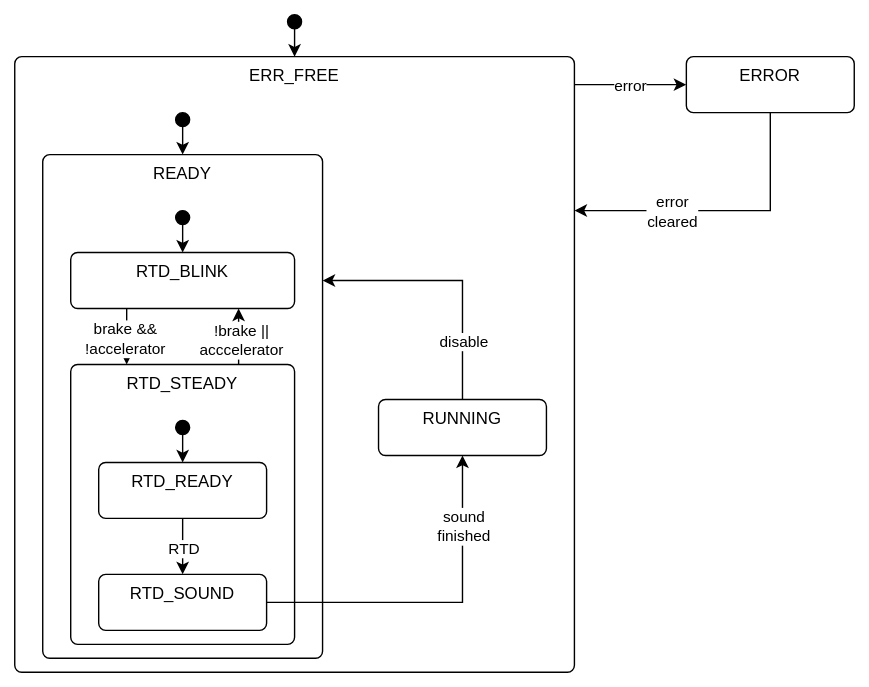
Before: doc/_static/images/state_transition_diagram.svg, a diagram exported from draw.io (NTURacingTeam/nturt_zephyr_common). Source tidied: cells renumbered, new cells last; positions are measured from the earlier drawing's top-left corner, leaving out a move shared by most shapes. The source it was exported from:
```xml
<mxGraphModel>
  <root>
    <mxCell id="0" />
    <mxCell id="1" parent="0" />
    <mxCell id="2" style="edgeStyle=orthogonalEdgeStyle;rounded=0;jettySize=auto;html=1;entryX=0;entryY=0.5;entryDx=0;entryDy=0;" parent="1" edge="1" source="4" target="7">
      <mxGeometry relative="1" as="geometry">
        <Array as="points">
          <mxPoint x="430" y="50" />
          <mxPoint x="430" y="50" />
        </Array>
      </mxGeometry>
    </mxCell>
    <mxCell id="3" value="error" style="edgeLabel;html=1;align=center;verticalAlign=middle;" parent="2" vertex="1">
      <mxGeometry x="-0.03" relative="1" as="geometry" />
    </mxCell>
    <mxCell id="4" value="ERR_FREE" style="html=1;align=center;verticalAlign=top;rounded=1;absoluteArcSize=1;arcSize=10;dashed=0;whiteSpace=wrap;" parent="1" vertex="1">
      <mxGeometry y="30" width="400" height="440" as="geometry" />
    </mxCell>
    <mxCell id="5" style="edgeStyle=orthogonalEdgeStyle;rounded=0;jettySize=auto;html=1;entryX=1;entryY=0.25;entryDx=0;entryDy=0;" parent="1" edge="1" source="7" target="4">
      <mxGeometry relative="1" as="geometry">
        <Array as="points">
          <mxPoint x="540" y="140" />
        </Array>
      </mxGeometry>
    </mxCell>
    <mxCell id="6" value="error&lt;div&gt;cleared&lt;/div&gt;" style="edgeLabel;html=1;align=center;verticalAlign=middle;" parent="5" vertex="1">
      <mxGeometry x="0.34" relative="1" as="geometry" />
    </mxCell>
    <mxCell id="7" value="ERROR" style="html=1;align=center;verticalAlign=top;rounded=1;absoluteArcSize=1;arcSize=10;dashed=0;whiteSpace=wrap;" parent="1" vertex="1">
      <mxGeometry x="480" y="30" width="120" height="40" as="geometry" />
    </mxCell>
    <mxCell id="8" style="edgeStyle=orthogonalEdgeStyle;rounded=0;jettySize=auto;html=1;exitX=0.5;exitY=1;exitDx=0;exitDy=0;entryX=0.5;entryY=0;entryDx=0;entryDy=0;" parent="1" edge="1" source="9" target="4">
      <mxGeometry relative="1" as="geometry" />
    </mxCell>
    <mxCell id="9" style="shape=ellipse;html=1;fillColor=strokeColor;fontSize=18;fontColor=#ffffff;" parent="1" vertex="1">
      <mxGeometry x="195" width="10" height="10" as="geometry" />
    </mxCell>
    <mxCell id="10" value="READY" style="html=1;align=center;verticalAlign=top;rounded=1;absoluteArcSize=1;arcSize=10;dashed=0;whiteSpace=wrap;" parent="1" vertex="1">
      <mxGeometry x="20" y="100" width="200" height="360" as="geometry" />
    </mxCell>
    <mxCell id="11" style="edgeStyle=orthogonalEdgeStyle;rounded=0;jettySize=auto;html=1;exitX=0.5;exitY=0;exitDx=0;exitDy=0;entryX=1;entryY=0.25;entryDx=0;entryDy=0;" parent="1" edge="1" source="13" target="10">
      <mxGeometry relative="1" as="geometry">
        <Array as="points">
          <mxPoint x="320" y="190" />
        </Array>
      </mxGeometry>
    </mxCell>
    <mxCell id="12" value="disable" style="edgeLabel;html=1;align=center;verticalAlign=middle;" parent="11" vertex="1">
      <mxGeometry x="-0.55" relative="1" as="geometry" />
    </mxCell>
    <mxCell id="13" value="RUNNING" style="html=1;align=center;verticalAlign=top;rounded=1;absoluteArcSize=1;arcSize=10;dashed=0;whiteSpace=wrap;" parent="1" vertex="1">
      <mxGeometry x="260" y="275" width="120" height="40" as="geometry" />
    </mxCell>
    <mxCell id="14" style="group;" parent="1" vertex="1">
      <mxGeometry x="40" y="140" width="160" height="310" as="geometry" />
    </mxCell>
    <mxCell id="15" style="edgeStyle=orthogonalEdgeStyle;rounded=0;jettySize=auto;html=1;exitX=0.75;exitY=0;exitDx=0;exitDy=0;entryX=0.75;entryY=1;entryDx=0;entryDy=0;" parent="14" edge="1" source="17" target="20">
      <mxGeometry relative="1" as="geometry" />
    </mxCell>
    <mxCell id="16" value="!brake ||&lt;div&gt;acccelerator&lt;/div&gt;" style="edgeLabel;html=1;align=center;verticalAlign=middle;" parent="15" vertex="1">
      <mxGeometry x="-0.1" y="-1" relative="1" as="geometry" />
    </mxCell>
    <mxCell id="17" value="RTD_STEADY" style="html=1;align=center;verticalAlign=top;rounded=1;absoluteArcSize=1;arcSize=10;dashed=0;whiteSpace=wrap;" parent="14" vertex="1">
      <mxGeometry y="110" width="160" height="200" as="geometry" />
    </mxCell>
    <mxCell id="18" style="edgeStyle=orthogonalEdgeStyle;rounded=0;jettySize=auto;html=1;exitX=0.25;exitY=1;exitDx=0;exitDy=0;entryX=0.25;entryY=0;entryDx=0;entryDy=0;" parent="14" edge="1" source="20" target="17">
      <mxGeometry relative="1" as="geometry" />
    </mxCell>
    <mxCell id="19" value="brake &amp;amp;&amp;amp;&lt;div&gt;!accelerator&lt;/div&gt;" style="edgeLabel;html=1;align=center;verticalAlign=middle;" parent="18" vertex="1">
      <mxGeometry x="0.05" y="-2" relative="1" as="geometry" />
    </mxCell>
    <mxCell id="20" value="RTD_BLINK" style="html=1;align=center;verticalAlign=top;rounded=1;absoluteArcSize=1;arcSize=10;dashed=0;whiteSpace=wrap;" parent="14" vertex="1">
      <mxGeometry y="30" width="160" height="40" as="geometry" />
    </mxCell>
    <mxCell id="21" style="group;" parent="14" vertex="1">
      <mxGeometry x="20" y="150" width="120" height="150" as="geometry" />
    </mxCell>
    <mxCell id="22" style="edgeStyle=orthogonalEdgeStyle;rounded=0;jettySize=auto;html=1;exitX=0.5;exitY=1;exitDx=0;exitDy=0;entryX=0.5;entryY=0;entryDx=0;entryDy=0;" parent="21" edge="1" source="23" target="26">
      <mxGeometry relative="1" as="geometry" />
    </mxCell>
    <mxCell id="23" style="shape=ellipse;html=1;fillColor=strokeColor;fontSize=18;fontColor=#ffffff;" parent="21" vertex="1">
      <mxGeometry x="55" width="10" height="10" as="geometry" />
    </mxCell>
    <mxCell id="24" style="edgeStyle=orthogonalEdgeStyle;rounded=0;jettySize=auto;html=1;" parent="21" edge="1" source="26" target="27">
      <mxGeometry relative="1" as="geometry" />
    </mxCell>
    <mxCell id="25" value="RTD" style="edgeLabel;html=1;align=center;verticalAlign=middle;" parent="24" vertex="1">
      <mxGeometry x="0.03" relative="1" as="geometry" />
    </mxCell>
    <mxCell id="26" value="RTD_READY" style="html=1;align=center;verticalAlign=top;rounded=1;absoluteArcSize=1;arcSize=10;dashed=0;whiteSpace=wrap;" parent="21" vertex="1">
      <mxGeometry y="30" width="120" height="40" as="geometry" />
    </mxCell>
    <mxCell id="27" value="RTD_SOUND" style="html=1;align=center;verticalAlign=top;rounded=1;absoluteArcSize=1;arcSize=10;dashed=0;whiteSpace=wrap;" parent="21" vertex="1">
      <mxGeometry y="110" width="120" height="40" as="geometry" />
    </mxCell>
    <mxCell id="28" style="edgeStyle=orthogonalEdgeStyle;rounded=0;jettySize=auto;html=1;exitX=0.5;exitY=1;exitDx=0;exitDy=0;entryX=0.5;entryY=0;entryDx=0;entryDy=0;" parent="14" edge="1" source="29" target="20">
      <mxGeometry relative="1" as="geometry" />
    </mxCell>
    <mxCell id="29" style="shape=ellipse;html=1;fillColor=strokeColor;fontSize=18;fontColor=#ffffff;" parent="14" vertex="1">
      <mxGeometry x="75" width="10" height="10" as="geometry" />
    </mxCell>
    <mxCell id="30" style="edgeStyle=orthogonalEdgeStyle;rounded=0;jettySize=auto;html=1;exitX=0.5;exitY=1;exitDx=0;exitDy=0;entryX=0.5;entryY=0;entryDx=0;entryDy=0;" parent="1" edge="1" source="31" target="10">
      <mxGeometry relative="1" as="geometry" />
    </mxCell>
    <mxCell id="31" style="shape=ellipse;html=1;fillColor=strokeColor;fontSize=18;fontColor=#ffffff;" parent="1" vertex="1">
      <mxGeometry x="115" y="70" width="10" height="10" as="geometry" />
    </mxCell>
    <mxCell id="32" style="edgeStyle=orthogonalEdgeStyle;rounded=0;jettySize=auto;html=1;exitX=1;exitY=0.5;exitDx=0;exitDy=0;entryX=0.5;entryY=1;entryDx=0;entryDy=0;" parent="1" edge="1" source="27" target="13">
      <mxGeometry relative="1" as="geometry">
        <Array as="points">
          <mxPoint x="320" y="420" />
        </Array>
      </mxGeometry>
    </mxCell>
    <mxCell id="33" value="sound&lt;div&gt;finished&lt;/div&gt;" style="edgeLabel;html=1;align=center;verticalAlign=middle;rotation=0;" parent="32" vertex="1">
      <mxGeometry x="0.18" relative="1" as="geometry">
        <mxPoint y="-50" as="offset" />
      </mxGeometry>
    </mxCell>
  </root>
</mxGraphModel>
```
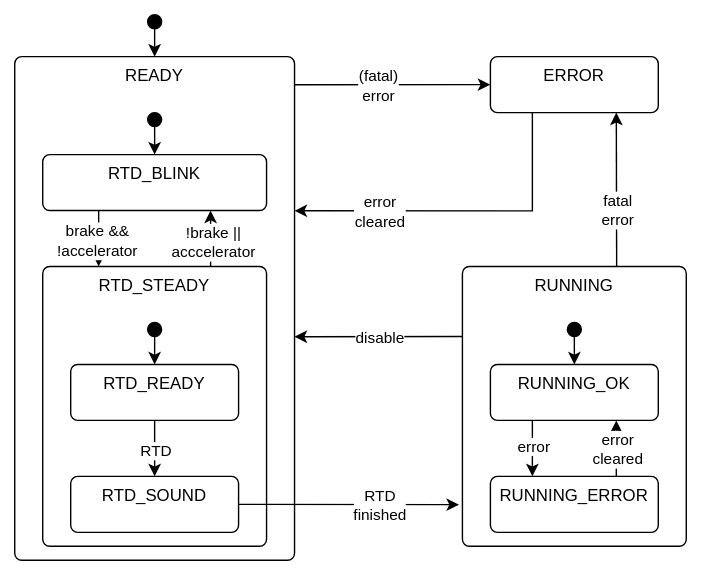
The same file after the commit.

Commit message:
doc: update state transition diagram

Diff of the diagram source:
```diff
@@ -2,55 +2,45 @@
   <root>
     <mxCell id="0" />
     <mxCell id="1" parent="0" />
-    <mxCell id="2" style="edgeStyle=orthogonalEdgeStyle;rounded=0;jettySize=auto;html=1;entryX=0;entryY=0.5;entryDx=0;entryDy=0;" parent="1" edge="1" source="4" target="7">
-      <mxGeometry relative="1" as="geometry">
-        <Array as="points">
-          <mxPoint x="430" y="50" />
-          <mxPoint x="430" y="50" />
-        </Array>
-      </mxGeometry>
-    </mxCell>
-    <mxCell id="3" value="error" style="edgeLabel;html=1;align=center;verticalAlign=middle;" parent="2" vertex="1">
-      <mxGeometry x="-0.03" relative="1" as="geometry" />
-    </mxCell>
-    <mxCell id="4" value="ERR_FREE" style="html=1;align=center;verticalAlign=top;rounded=1;absoluteArcSize=1;arcSize=10;dashed=0;whiteSpace=wrap;" parent="1" vertex="1">
-      <mxGeometry y="30" width="400" height="440" as="geometry" />
-    </mxCell>
-    <mxCell id="5" style="edgeStyle=orthogonalEdgeStyle;rounded=0;jettySize=auto;html=1;entryX=1;entryY=0.25;entryDx=0;entryDy=0;" parent="1" edge="1" source="7" target="4">
-      <mxGeometry relative="1" as="geometry">
-        <Array as="points">
-          <mxPoint x="540" y="140" />
-        </Array>
-      </mxGeometry>
-    </mxCell>
-    <mxCell id="6" value="error&lt;div&gt;cleared&lt;/div&gt;" style="edgeLabel;html=1;align=center;verticalAlign=middle;" parent="5" vertex="1">
-      <mxGeometry x="0.34" relative="1" as="geometry" />
-    </mxCell>
-    <mxCell id="7" value="ERROR" style="html=1;align=center;verticalAlign=top;rounded=1;absoluteArcSize=1;arcSize=10;dashed=0;whiteSpace=wrap;" parent="1" vertex="1">
-      <mxGeometry x="480" y="30" width="120" height="40" as="geometry" />
-    </mxCell>
-    <mxCell id="8" style="edgeStyle=orthogonalEdgeStyle;rounded=0;jettySize=auto;html=1;exitX=0.5;exitY=1;exitDx=0;exitDy=0;entryX=0.5;entryY=0;entryDx=0;entryDy=0;" parent="1" edge="1" source="9" target="4">
-      <mxGeometry relative="1" as="geometry" />
-    </mxCell>
-    <mxCell id="9" style="shape=ellipse;html=1;fillColor=strokeColor;fontSize=18;fontColor=#ffffff;" parent="1" vertex="1">
-      <mxGeometry x="195" width="10" height="10" as="geometry" />
-    </mxCell>
-    <mxCell id="10" value="READY" style="html=1;align=center;verticalAlign=top;rounded=1;absoluteArcSize=1;arcSize=10;dashed=0;whiteSpace=wrap;" parent="1" vertex="1">
-      <mxGeometry x="20" y="100" width="200" height="360" as="geometry" />
-    </mxCell>
-    <mxCell id="11" style="edgeStyle=orthogonalEdgeStyle;rounded=0;jettySize=auto;html=1;exitX=0.5;exitY=0;exitDx=0;exitDy=0;entryX=1;entryY=0.25;entryDx=0;entryDy=0;" parent="1" edge="1" source="13" target="10">
-      <mxGeometry relative="1" as="geometry">
-        <Array as="points">
-          <mxPoint x="320" y="190" />
-        </Array>
-      </mxGeometry>
+    <mxCell id="11" style="edgeStyle=none;html=1;exitX=0;exitY=0.25;exitDx=0;exitDy=0;entryX=1;entryY=0.556;entryDx=0;entryDy=0;entryPerimeter=0;" parent="1" edge="1" source="13" target="10">
+      <mxGeometry relative="1" as="geometry" />
     </mxCell>
     <mxCell id="12" value="disable" style="edgeLabel;html=1;align=center;verticalAlign=middle;" parent="11" vertex="1">
-      <mxGeometry x="-0.55" relative="1" as="geometry" />
+      <mxGeometry x="-0.01" y="-1" relative="1" as="geometry">
+        <mxPoint y="1" as="offset" />
+      </mxGeometry>
     </mxCell>
     <mxCell id="13" value="RUNNING" style="html=1;align=center;verticalAlign=top;rounded=1;absoluteArcSize=1;arcSize=10;dashed=0;whiteSpace=wrap;" parent="1" vertex="1">
-      <mxGeometry x="260" y="275" width="120" height="40" as="geometry" />
+      <mxGeometry x="340" y="250" width="160" height="200" as="geometry" />
     </mxCell>
+    <mxCell id="5" style="edgeStyle=orthogonalEdgeStyle;rounded=0;jettySize=auto;html=1;entryX=1;entryY=0.306;entryDx=0;entryDy=0;entryPerimeter=0;exitX=0.25;exitY=1;exitDx=0;exitDy=0;" parent="1" edge="1" source="7" target="10">
+      <mxGeometry relative="1" as="geometry">
+        <Array as="points">
+          <mxPoint x="390" y="210" />
+        </Array>
+      </mxGeometry>
+    </mxCell>
+    <mxCell id="6" value="error&lt;div&gt;cleared&lt;/div&gt;" style="edgeLabel;html=1;align=center;verticalAlign=middle;" parent="5" vertex="1">
+      <mxGeometry x="0.34" relative="1" as="geometry">
+        <mxPoint x="-19" as="offset" />
+      </mxGeometry>
+    </mxCell>
+    <mxCell id="34" style="edgeStyle=none;html=1;exitX=0;exitY=0.5;exitDx=0;exitDy=0;entryX=0;entryY=0.5;entryDx=0;entryDy=0;" parent="1" edge="1" target="7">
+      <mxGeometry relative="1" as="geometry">
+        <mxPoint x="220" y="120.1" as="sourcePoint" />
+      </mxGeometry>
+    </mxCell>
+    <mxCell id="35" value="(fatal)&lt;div&gt;error&lt;/div&gt;" style="edgeLabel;html=1;align=center;verticalAlign=middle;" parent="34" vertex="1">
+      <mxGeometry x="0.07" relative="1" as="geometry">
+        <mxPoint x="-15" as="offset" />
+      </mxGeometry>
+    </mxCell>
+    <mxCell id="7" value="ERROR" style="html=1;align=center;verticalAlign=top;rounded=1;absoluteArcSize=1;arcSize=10;dashed=0;whiteSpace=wrap;" parent="1" vertex="1">
+      <mxGeometry x="360" y="100" width="120" height="40" as="geometry" />
+    </mxCell>
+    <mxCell id="10" value="READY" style="html=1;align=center;verticalAlign=top;rounded=1;absoluteArcSize=1;arcSize=10;dashed=0;whiteSpace=wrap;" parent="1" vertex="1">
+      <mxGeometry x="20" y="100" width="200" height="360" as="geometry" />
+    </mxCell>
     <mxCell id="14" style="group;" parent="1" vertex="1">
       <mxGeometry x="40" y="140" width="160" height="310" as="geometry" />
     </mxCell>
@@ -105,17 +95,50 @@
     <mxCell id="31" style="shape=ellipse;html=1;fillColor=strokeColor;fontSize=18;fontColor=#ffffff;" parent="1" vertex="1">
       <mxGeometry x="115" y="70" width="10" height="10" as="geometry" />
     </mxCell>
+    <mxCell id="36" style="group;" parent="1" vertex="1">
+      <mxGeometry x="360" y="290" width="120" height="150" as="geometry" />
+    </mxCell>
+    <mxCell id="37" style="edgeStyle=orthogonalEdgeStyle;rounded=0;jettySize=auto;html=1;exitX=0.5;exitY=1;exitDx=0;exitDy=0;entryX=0.5;entryY=0;entryDx=0;entryDy=0;" parent="36" edge="1" source="38" target="40">
+      <mxGeometry relative="1" as="geometry" />
+    </mxCell>
+    <mxCell id="38" style="shape=ellipse;html=1;fillColor=strokeColor;fontSize=18;fontColor=#ffffff;" parent="36" vertex="1">
+      <mxGeometry x="55" width="10" height="10" as="geometry" />
+    </mxCell>
+    <mxCell id="39" style="edgeStyle=none;html=1;exitX=0.25;exitY=1;exitDx=0;exitDy=0;entryX=0.25;entryY=0;entryDx=0;entryDy=0;" parent="36" edge="1" source="40" target="43">
+      <mxGeometry relative="1" as="geometry" />
+    </mxCell>
+    <mxCell id="3" value="error" style="edgeLabel;html=1;align=center;verticalAlign=middle;" parent="39" vertex="1">
+      <mxGeometry x="-0.12" relative="1" as="geometry" />
+    </mxCell>
+    <mxCell id="40" value="RUNNING_OK" style="html=1;align=center;verticalAlign=top;rounded=1;absoluteArcSize=1;arcSize=10;dashed=0;whiteSpace=wrap;" parent="36" vertex="1">
+      <mxGeometry y="30" width="120" height="40" as="geometry" />
+    </mxCell>
+    <mxCell id="41" style="edgeStyle=none;html=1;exitX=0.75;exitY=0;exitDx=0;exitDy=0;entryX=0.75;entryY=1;entryDx=0;entryDy=0;" parent="36" edge="1" source="43" target="40">
+      <mxGeometry relative="1" as="geometry" />
+    </mxCell>
+    <mxCell id="42" value="error&lt;div&gt;cleared&lt;/div&gt;" style="edgeLabel;html=1;align=center;verticalAlign=middle;" parent="41" vertex="1">
+      <mxGeometry x="-0.14" relative="1" as="geometry">
+        <mxPoint y="-3" as="offset" />
+      </mxGeometry>
+    </mxCell>
+    <mxCell id="43" value="RUNNING_ERROR" style="html=1;align=center;verticalAlign=top;rounded=1;absoluteArcSize=1;arcSize=10;dashed=0;whiteSpace=wrap;" parent="36" vertex="1">
+      <mxGeometry y="110" width="120" height="40" as="geometry" />
+    </mxCell>
-    <mxCell id="32" style="edgeStyle=orthogonalEdgeStyle;rounded=0;jettySize=auto;html=1;exitX=1;exitY=0.5;exitDx=0;exitDy=0;entryX=0.5;entryY=1;entryDx=0;entryDy=0;" parent="1" edge="1" source="27" target="13">
-      <mxGeometry relative="1" as="geometry">
-        <Array as="points">
-          <mxPoint x="320" y="420" />
-        </Array>
-      </mxGeometry>
+    <mxCell id="32" style="edgeStyle=none;html=1;exitX=1;exitY=0.5;exitDx=0;exitDy=0;entryX=-0.015;entryY=0.851;entryDx=0;entryDy=0;entryPerimeter=0;" parent="1" edge="1" source="27" target="13">
+      <mxGeometry relative="1" as="geometry" />
     </mxCell>
-    <mxCell id="33" value="sound&lt;div&gt;finished&lt;/div&gt;" style="edgeLabel;html=1;align=center;verticalAlign=middle;rotation=0;" parent="32" vertex="1">
-      <mxGeometry x="0.18" relative="1" as="geometry">
-        <mxPoint y="-50" as="offset" />
-      </mxGeometry>
-    </mxCell>
+    <mxCell id="44" value="RTD&lt;div&gt;finished&lt;/div&gt;" style="edgeLabel;html=1;align=center;verticalAlign=middle;" parent="32" vertex="1">
+      <mxGeometry x="0.03" y="2" relative="1" as="geometry">
+        <mxPoint x="19" y="2" as="offset" />
+      </mxGeometry>
+    </mxCell>
+    <mxCell id="45" style="edgeStyle=none;html=1;exitX=0.689;exitY=0;exitDx=0;exitDy=0;entryX=0.75;entryY=1;entryDx=0;entryDy=0;exitPerimeter=0;" parent="1" edge="1" source="13" target="7">
+      <mxGeometry relative="1" as="geometry" />
+    </mxCell>
+    <mxCell id="46" value="fatal&lt;div&gt;error&lt;/div&gt;" style="edgeLabel;html=1;align=center;verticalAlign=middle;" parent="45" vertex="1">
+      <mxGeometry x="-0.28" relative="1" as="geometry">
+        <mxPoint y="-1" as="offset" />
+      </mxGeometry>
+    </mxCell>
   </root>
 </mxGraphModel>
```
